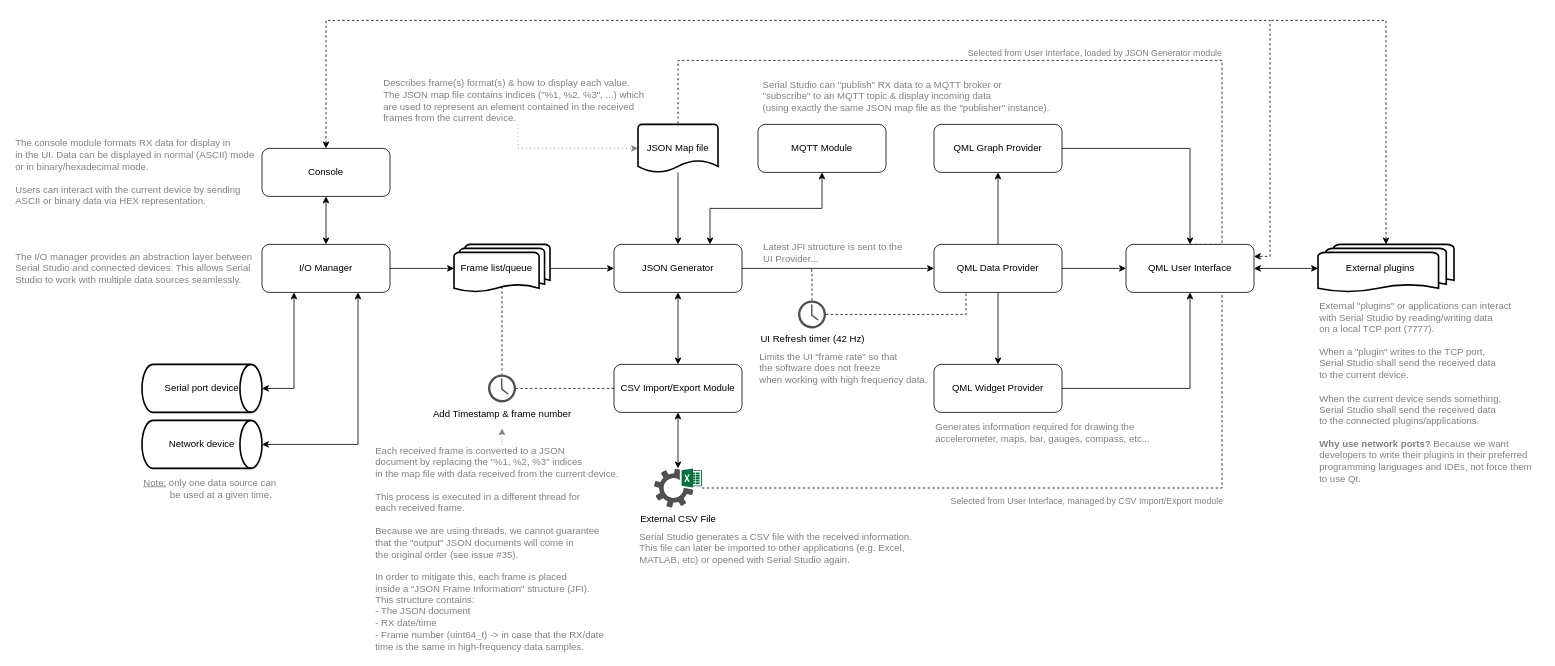
This is doc/architecture/architecture.drawio from Serial-Studio/Serial-Studio, a draw.io file, before an edit. Source tidied: cells renumbered, new cells numbered last; positions are measured from the earlier drawing's top-left corner, leaving out a move shared by most shapes. Both pictures are drawn from the tidied source at 80%, with x=0, y=0 at pixel (14, 20).
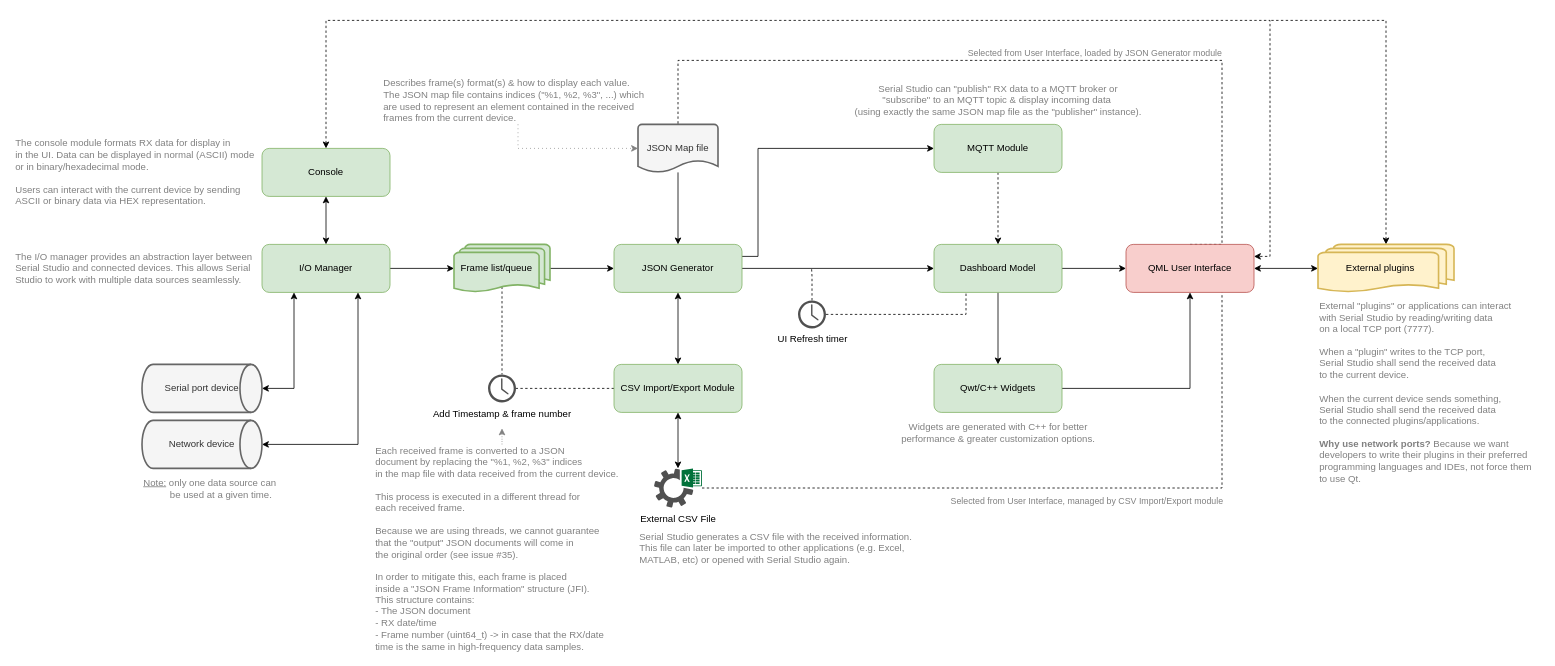
Above is the later version.

Commit message (it also covers changes not shown here):
Update software architecture drawing

What changed in the source:
```diff
@@
-    <mxCell id="3" value="I/O Manager" style="rounded=1;whiteSpace=wrap;html=1;" parent="1" vertex="1">
+    <mxCell id="3" value="I/O Manager" style="rounded=1;whiteSpace=wrap;html=1;fillColor=#d5e8d4;strokeColor=#82b366;" parent="1" vertex="1">
       <mxGeometry x="310" y="280" width="160" height="60" as="geometry" />
     </mxCell>
@@
-    <mxCell id="5" value="Serial port device" style="strokeWidth=2;html=1;shape=mxgraph.flowchart.direct_data;whiteSpace=wrap;" parent="1" vertex="1">
+    <mxCell id="5" value="Serial port device" style="strokeWidth=2;html=1;shape=mxgraph.flowchart.direct_data;whiteSpace=wrap;fillColor=#f5f5f5;strokeColor=#666666;fontColor=#333333;" parent="1" vertex="1">
       <mxGeometry x="160" y="430" width="150" height="60" as="geometry" />
     </mxCell>
@@
-    <mxCell id="8" value="&amp;nbsp; Frame list/queue" style="strokeWidth=2;html=1;shape=mxgraph.flowchart.multi-document;whiteSpace=wrap;align=left;" parent="1" vertex="1">
+    <mxCell id="8" value="&amp;nbsp; Frame list/queue" style="strokeWidth=2;html=1;shape=mxgraph.flowchart.multi-document;whiteSpace=wrap;align=left;fillColor=#d5e8d4;strokeColor=#82b366;" parent="1" vertex="1">
       <mxGeometry x="550" y="280" width="120" height="60" as="geometry" />
     </mxCell>
@@
+    <mxCell id="58" style="edgeStyle=orthogonalEdgeStyle;rounded=0;jettySize=auto;html=1;exitX=1;exitY=0.25;exitDx=0;exitDy=0;entryX=0;entryY=0.5;entryDx=0;entryDy=0;" parent="1" edge="1" source="11" target="50">
+      <mxGeometry relative="1" as="geometry">
+        <Array as="points">
+          <mxPoint x="930" y="295" />
+          <mxPoint x="930" y="160" />
+        </Array>
+      </mxGeometry>
+    </mxCell>
-    <mxCell id="11" value="JSON Generator" style="rounded=1;whiteSpace=wrap;html=1;" parent="1" vertex="1">
+    <mxCell id="11" value="JSON Generator" style="rounded=1;whiteSpace=wrap;html=1;fillColor=#d5e8d4;strokeColor=#82b366;" parent="1" vertex="1">
       <mxGeometry x="750" y="280" width="160" height="60" as="geometry" />
     </mxCell>
@@
-    <mxCell id="15" value="CSV Import/Export Module" style="rounded=1;whiteSpace=wrap;html=1;" parent="1" vertex="1">
+    <mxCell id="15" value="CSV Import/Export Module" style="rounded=1;whiteSpace=wrap;html=1;fillColor=#d5e8d4;strokeColor=#82b366;" parent="1" vertex="1">
       <mxGeometry x="750" y="430" width="160" height="60" as="geometry" />
     </mxCell>
@@
-    <mxCell id="19" value="JSON Map file" style="strokeWidth=2;html=1;shape=mxgraph.flowchart.document2;whiteSpace=wrap;size=0.25;" parent="1" vertex="1">
+    <mxCell id="19" value="JSON Map file" style="strokeWidth=2;html=1;shape=mxgraph.flowchart.document2;whiteSpace=wrap;size=0.25;fillColor=#f5f5f5;strokeColor=#666666;fontColor=#333333;" parent="1" vertex="1">
       <mxGeometry x="780" y="130" width="100" height="60" as="geometry" />
     </mxCell>
-    <mxCell id="20" style="edgeStyle=orthogonalEdgeStyle;rounded=0;jettySize=auto;html=1;exitX=0.5;exitY=0;exitDx=0;exitDy=0;entryX=0.5;entryY=1;entryDx=0;entryDy=0;startArrow=none;startFill=0;endArrow=classic;endFill=1;" parent="1" edge="1" source="23" target="25">
-      <mxGeometry relative="1" as="geometry" />
-    </mxCell>
@@
-    <mxCell id="23" value="QML Data Provider" style="rounded=1;whiteSpace=wrap;html=1;" parent="1" vertex="1">
+    <mxCell id="23" value="Dashboard Model" style="rounded=1;whiteSpace=wrap;html=1;fillColor=#d5e8d4;strokeColor=#82b366;" parent="1" vertex="1">
       <mxGeometry x="1150" y="280" width="160" height="60" as="geometry" />
     </mxCell>
-    <mxCell id="24" style="edgeStyle=orthogonalEdgeStyle;rounded=0;jettySize=auto;html=1;exitX=1;exitY=0.5;exitDx=0;exitDy=0;entryX=0.5;entryY=0;entryDx=0;entryDy=0;startArrow=none;startFill=0;endArrow=classic;endFill=1;" parent="1" edge="1" source="25" target="31">
-      <mxGeometry relative="1" as="geometry" />
-    </mxCell>
-    <mxCell id="25" value="QML Graph Provider" style="rounded=1;whiteSpace=wrap;html=1;" parent="1" vertex="1">
-      <mxGeometry x="1150" y="130" width="160" height="60" as="geometry" />
-    </mxCell>
@@
-    <mxCell id="27" value="QML Widget Provider" style="rounded=1;whiteSpace=wrap;html=1;" parent="1" vertex="1">
+    <mxCell id="27" value="Qwt/C++ Widgets" style="rounded=1;whiteSpace=wrap;html=1;fillColor=#d5e8d4;strokeColor=#82b366;" parent="1" vertex="1">
       <mxGeometry x="1150" y="430" width="160" height="60" as="geometry" />
     </mxCell>
@@
-    <mxCell id="31" value="QML User Interface" style="rounded=1;whiteSpace=wrap;html=1;" parent="1" vertex="1">
+    <mxCell id="31" value="QML User Interface" style="rounded=1;whiteSpace=wrap;html=1;fillColor=#f8cecc;strokeColor=#b85450;" parent="1" vertex="1">
       <mxGeometry x="1390" y="280" width="160" height="60" as="geometry" />
     </mxCell>
@@
-    <mxCell id="33" value="&amp;nbsp; &amp;nbsp; &amp;nbsp; &amp;nbsp; &amp;nbsp; External plugins" style="strokeWidth=2;html=1;shape=mxgraph.flowchart.multi-document;whiteSpace=wrap;align=left;" parent="1" vertex="1">
+    <mxCell id="33" value="&amp;nbsp; &amp;nbsp; &amp;nbsp; &amp;nbsp; &amp;nbsp; External plugins" style="strokeWidth=2;html=1;shape=mxgraph.flowchart.multi-document;whiteSpace=wrap;align=left;fillColor=#fff2cc;strokeColor=#d6b656;" parent="1" vertex="1">
       <mxGeometry x="1630" y="280" width="170" height="60" as="geometry" />
     </mxCell>
@@
-    <mxCell id="38" value="Network device" style="strokeWidth=2;html=1;shape=mxgraph.flowchart.direct_data;whiteSpace=wrap;" parent="1" vertex="1">
+    <mxCell id="38" value="Network device" style="strokeWidth=2;html=1;shape=mxgraph.flowchart.direct_data;whiteSpace=wrap;fillColor=#f5f5f5;strokeColor=#666666;fontColor=#333333;" parent="1" vertex="1">
       <mxGeometry x="160" y="500" width="150" height="60" as="geometry" />
     </mxCell>
@@
-    <mxCell id="40" value="&lt;div style=&quot;text-align: left&quot;&gt;Latest JFI structure is sent to the&amp;nbsp;&lt;/div&gt;&lt;div style=&quot;text-align: left&quot;&gt;UI Provider...&lt;/div&gt;" style="text;html=1;align=center;verticalAlign=middle;strokeColor=none;fillColor=none;fontColor=#808080;" parent="1" vertex="1">
-      <mxGeometry x="930" y="275" width="190" height="30" as="geometry" />
-    </mxCell>
@@
-    <mxCell id="43" value="UI Refresh timer (42 Hz)" style="shadow=0;dashed=0;html=1;strokeColor=none;fillColor=#505050;labelPosition=center;verticalLabelPosition=bottom;verticalAlign=top;outlineConnect=0;align=center;shape=mxgraph.office.concepts.clock;" parent="1" vertex="1">
+    <mxCell id="43" value="UI Refresh timer" style="shadow=0;dashed=0;html=1;strokeColor=none;fillColor=#505050;labelPosition=center;verticalLabelPosition=bottom;verticalAlign=top;outlineConnect=0;align=center;shape=mxgraph.office.concepts.clock;" parent="1" vertex="1">
       <mxGeometry x="980" y="350" width="35" height="35" as="geometry" />
     </mxCell>
-    <mxCell id="44" value="&lt;font color=&quot;#808080&quot;&gt;Limits the UI &quot;frame rate&quot; so that&lt;br&gt;the software does not freeze&lt;br&gt;&lt;/font&gt;&lt;div&gt;&lt;font color=&quot;#808080&quot;&gt;when working with high frequency data.&lt;/font&gt;&lt;/div&gt;" style="text;html=1;align=left;verticalAlign=middle;strokeColor=none;fillColor=none;" parent="1" vertex="1">
-      <mxGeometry x="930" y="410" width="230" height="50" as="geometry" />
-    </mxCell>
@@
-    <mxCell id="48" value="&lt;font color=&quot;#808080&quot;&gt;&lt;span&gt;Generates information required for drawing the&lt;br&gt;accelerometer, maps, bar, gauges, compass, etc...&lt;/span&gt;&lt;/font&gt;" style="text;html=1;align=left;verticalAlign=middle;strokeColor=none;fillColor=none;" parent="1" vertex="1">
-      <mxGeometry x="1150" y="500" width="280" height="30" as="geometry" />
-    </mxCell>
-    <mxCell id="49" style="edgeStyle=orthogonalEdgeStyle;rounded=0;jettySize=auto;html=1;exitX=0.5;exitY=1;exitDx=0;exitDy=0;entryX=0.75;entryY=0;entryDx=0;entryDy=0;fontColor=#808080;startArrow=classic;startFill=1;endArrow=classic;endFill=1;" parent="1" edge="1" source="50" target="11">
-      <mxGeometry relative="1" as="geometry" />
-    </mxCell>
+    <mxCell id="59" style="edgeStyle=orthogonalEdgeStyle;rounded=0;jettySize=auto;html=1;exitX=0.5;exitY=1;exitDx=0;exitDy=0;entryX=0.5;entryY=0;entryDx=0;entryDy=0;dashed=1;" parent="1" edge="1" source="50" target="23">
+      <mxGeometry relative="1" as="geometry" />
+    </mxCell>
-    <mxCell id="50" value="MQTT Module" style="rounded=1;whiteSpace=wrap;html=1;" parent="1" vertex="1">
-      <mxGeometry x="930" y="130" width="160" height="60" as="geometry" />
+    <mxCell id="50" value="MQTT Module" style="rounded=1;whiteSpace=wrap;html=1;fillColor=#d5e8d4;strokeColor=#82b366;" parent="1" vertex="1">
+      <mxGeometry x="1150" y="130" width="160" height="60" as="geometry" />
     </mxCell>
-    <mxCell id="51" value="&lt;div style=&quot;text-align: left&quot;&gt;Serial Studio can &quot;publish&quot; RX data to a MQTT broker or&lt;/div&gt;&lt;div style=&quot;text-align: left&quot;&gt;&quot;subscribe&quot; to an MQTT topic &amp;amp; display incoming data&amp;nbsp;&lt;/div&gt;&lt;div style=&quot;text-align: left&quot;&gt;(using exactly the same JSON map file as the &quot;publisher&quot; instance).&lt;/div&gt;" style="text;html=1;align=center;verticalAlign=middle;strokeColor=none;fillColor=none;fontColor=#808080;" parent="1" vertex="1">
-      <mxGeometry x="930" y="70" width="370" height="50" as="geometry" />
+    <mxCell id="51" value="&lt;div&gt;Serial Studio can &quot;publish&quot; RX data to a MQTT broker or&lt;/div&gt;&lt;div&gt;&quot;subscribe&quot; to an MQTT topic &amp;amp; display incoming data&amp;nbsp;&lt;/div&gt;&lt;div&gt;(using exactly the same JSON map file as the &quot;publisher&quot; instance).&lt;/div&gt;" style="text;html=1;align=center;verticalAlign=middle;strokeColor=none;fillColor=none;fontColor=#808080;" parent="1" vertex="1">
+      <mxGeometry x="1045" y="75" width="370" height="50" as="geometry" />
     </mxCell>
@@
-    <mxCell id="56" value="Console" style="rounded=1;whiteSpace=wrap;html=1;" parent="1" vertex="1">
+    <mxCell id="56" value="Console" style="rounded=1;whiteSpace=wrap;html=1;fillColor=#d5e8d4;strokeColor=#82b366;" parent="1" vertex="1">
       <mxGeometry x="310" y="160" width="160" height="60" as="geometry" />
     </mxCell>
@@
+    <mxCell id="60" value="&lt;div&gt;Widgets are generated with C++ for better&lt;/div&gt;&lt;div&gt;performance &amp;amp; greater customization options.&lt;/div&gt;" style="text;html=1;align=center;verticalAlign=middle;strokeColor=none;fillColor=none;fontColor=#808080;" parent="1" vertex="1">
+      <mxGeometry x="1100" y="500" width="260" height="30" as="geometry" />
+    </mxCell>
```
